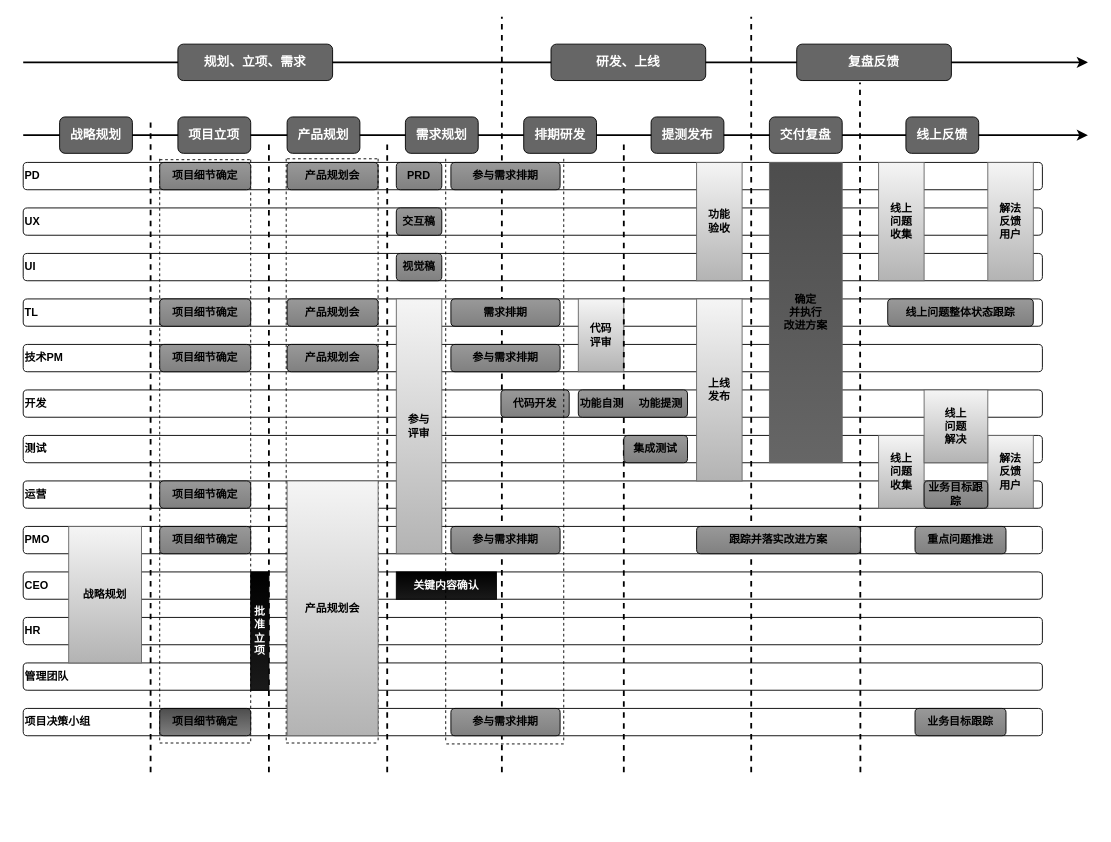
Earlier version of the draw.io diagram 1.0 Diagram.drawio (xinyimq/yixinwork). Source tidied: cells renumbered, new cells numbered last; positions are measured from the earlier drawing's top-left corner, leaving out a move shared by most shapes. Both pictures are drawn from the tidied source at 91%, with x=0, y=0 at pixel (23, 16).
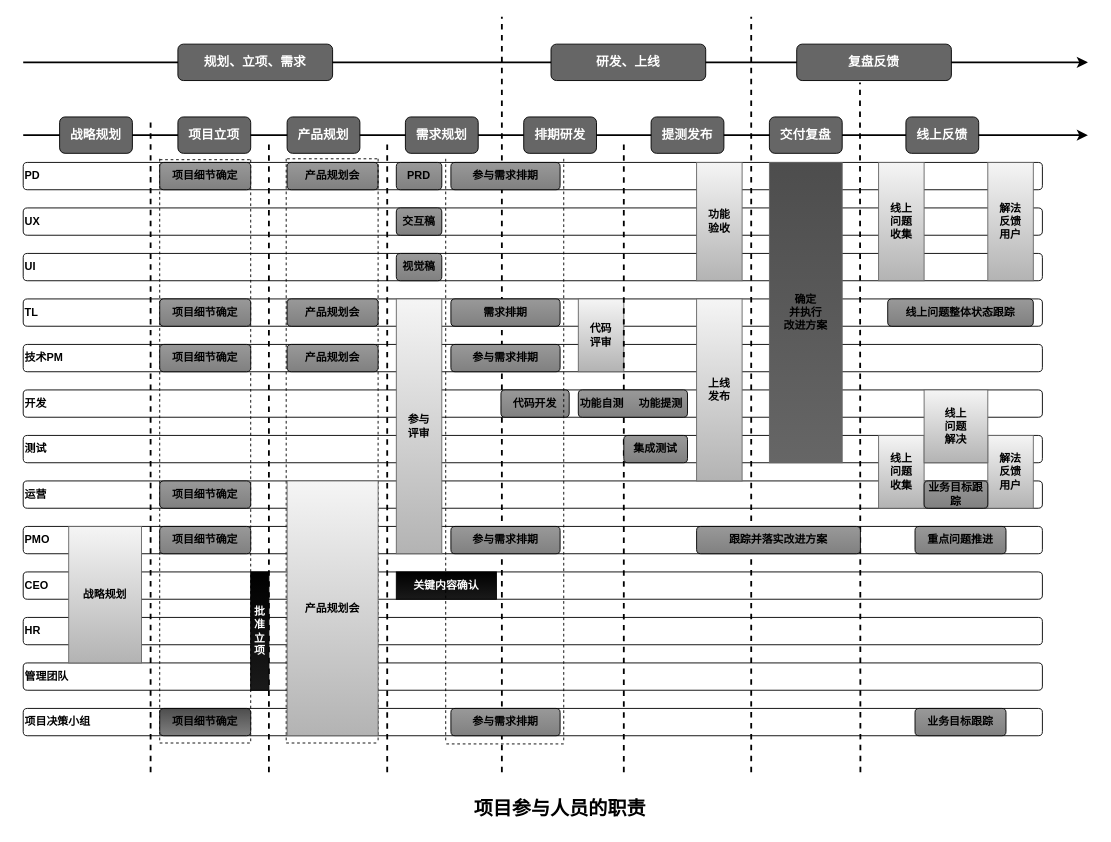
The same page after the edit.

Change to the diagram source:
```diff
@@
+    <mxCell id="86" value="&lt;b&gt;&lt;font style=&quot;font-size: 21px&quot;&gt;项目参与人员的职责&lt;/font&gt;&lt;/b&gt;" style="rounded=1;whiteSpace=wrap;html=1;fillColor=none;strokeColor=none;" parent="1" vertex="1">
+      <mxGeometry x="335" y="850" width="510" height="40" as="geometry" />
+    </mxCell>
```
